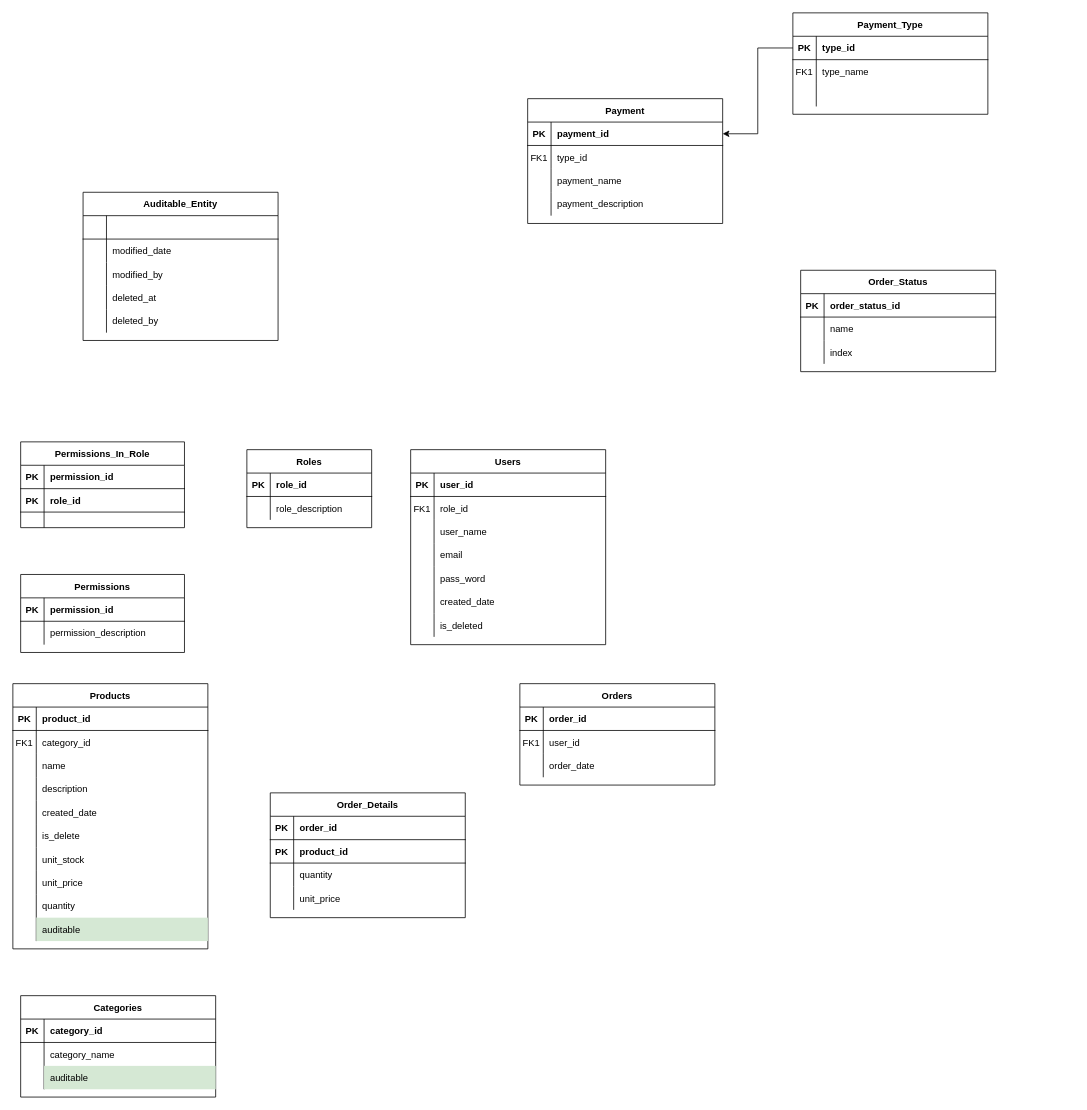
The draw.io diagram page "Page-1" (1 of 2) of Biểu đồ không có tiêu đề.drawio in AnthonyKhieu/BE_Capstone_SU22, before the edit. Source tidied: cells renumbered, new cells numbered last; positions are measured from the earlier drawing's top-left corner, leaving out a move shared by most shapes. Both pictures are drawn from the tidied source at 78%, with x=0, y=0 at pixel (12, 12).
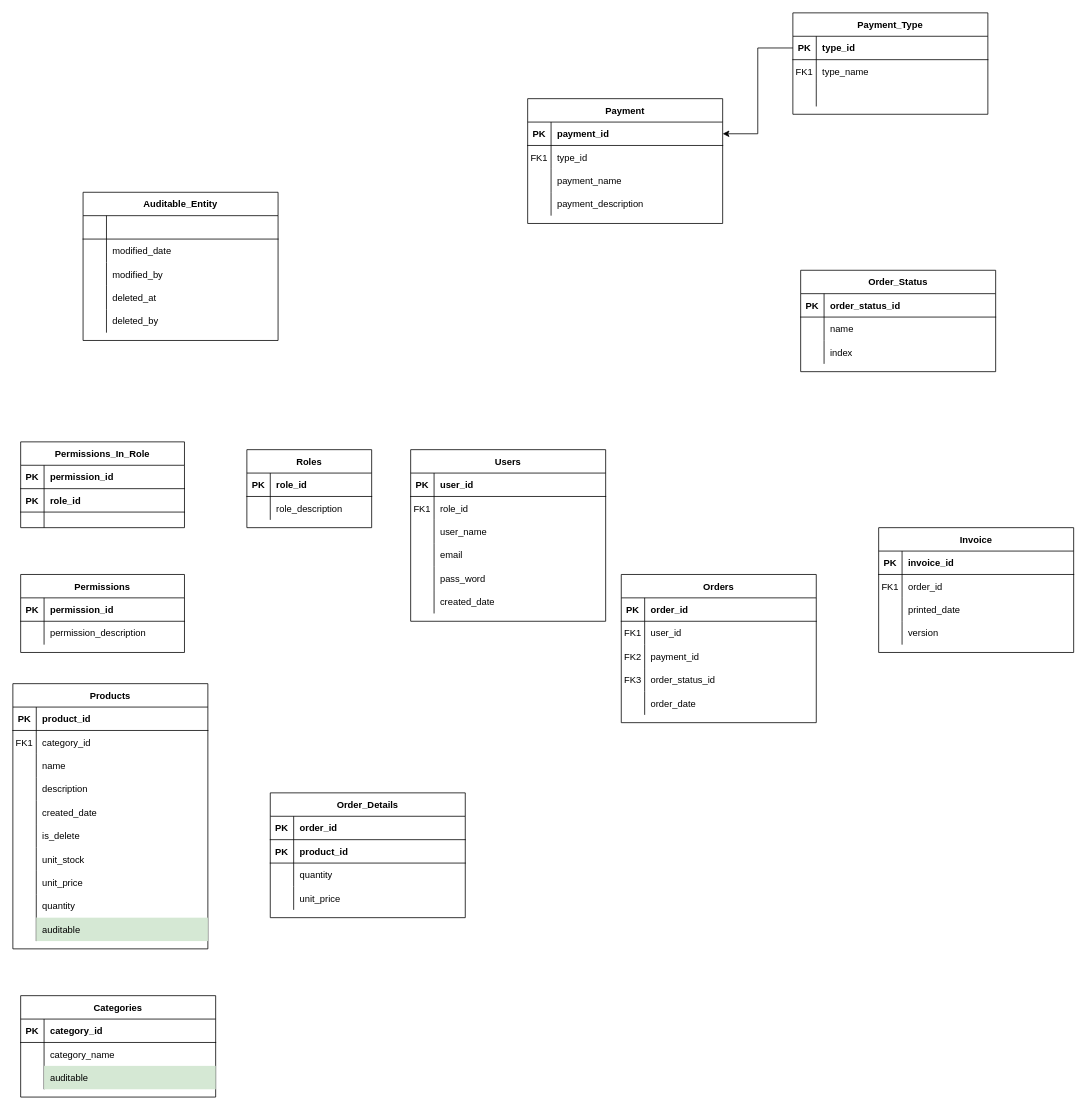
After the change.

The change refers to these unchanged cells:
```xml
<mxCell id="75" style="shape=partialRectangle;fillColor=none;top=0;left=0;right=0;bottom=0;" parent="68" vertex="1">
  <mxGeometry y="90" width="250" height="30" as="geometry" />
</mxCell>
```

The edit, as a diff of the source:
```diff
@@
     <mxCell id="46" value="Users" style="shape=table;startSize=30;childLayout=tableLayout;rowLines=0;fontStyle=1;align=center;" parent="1" vertex="1">
-      <mxGeometry x="510" y="560" width="250" height="250" as="geometry" />
+      <mxGeometry x="510" y="560" width="250" height="220" as="geometry" />
     </mxCell>
@@
-    <mxCell id="65" style="shape=partialRectangle;fillColor=none;top=0;left=0;right=0;bottom=0;" parent="46" vertex="1">
-      <mxGeometry y="210" width="250" height="30" as="geometry" />
-    </mxCell>
-    <mxCell id="66" style="shape=partialRectangle;overflow=hidden;fillColor=none;top=0;left=0;bottom=0;right=0;" parent="65" vertex="1">
-      <mxGeometry width="30" height="30" as="geometry" />
-    </mxCell>
-    <mxCell id="67" value="is_deleted" style="shape=partialRectangle;overflow=hidden;fillColor=none;top=0;left=0;bottom=0;right=0;align=left;spacingLeft=6;" parent="65" vertex="1">
-      <mxGeometry x="30" width="220" height="30" as="geometry" />
-    </mxCell>
     <mxCell id="68" value="Orders" style="shape=table;startSize=30;childLayout=tableLayout;rowLines=0;fontStyle=1;align=center;" parent="1" vertex="1">
-      <mxGeometry x="650" y="860" width="250" height="130" as="geometry" />
+      <mxGeometry x="780" y="720" width="250" height="190" as="geometry" />
     </mxCell>
@@
-    <mxCell id="76" style="shape=partialRectangle;overflow=hidden;fillColor=none;top=0;left=0;bottom=0;right=0;" parent="75" vertex="1">
+    <mxCell id="76" value="FK2" style="shape=partialRectangle;overflow=hidden;fillColor=none;top=0;left=0;bottom=0;right=0;" parent="75" vertex="1">
       <mxGeometry width="30" height="30" as="geometry" />
     </mxCell>
-    <mxCell id="77" value="order_date" style="shape=partialRectangle;overflow=hidden;fillColor=none;top=0;left=0;bottom=0;right=0;align=left;spacingLeft=6;" parent="75" vertex="1">
+    <mxCell id="77" value="payment_id" style="shape=partialRectangle;overflow=hidden;fillColor=none;top=0;left=0;bottom=0;right=0;align=left;spacingLeft=6;" parent="75" vertex="1">
       <mxGeometry x="30" width="220" height="30" as="geometry" />
     </mxCell>
+    <mxCell id="162" style="shape=partialRectangle;fillColor=none;top=0;left=0;right=0;bottom=0;" parent="68" vertex="1">
+      <mxGeometry y="120" width="250" height="30" as="geometry" />
+    </mxCell>
+    <mxCell id="163" value="FK3" style="shape=partialRectangle;overflow=hidden;fillColor=none;top=0;left=0;bottom=0;right=0;" parent="162" vertex="1">
+      <mxGeometry width="30" height="30" as="geometry" />
+    </mxCell>
+    <mxCell id="164" value="order_status_id" style="shape=partialRectangle;overflow=hidden;fillColor=none;top=0;left=0;bottom=0;right=0;align=left;spacingLeft=6;" parent="162" vertex="1">
+      <mxGeometry x="30" width="220" height="30" as="geometry" />
+    </mxCell>
+    <mxCell id="165" style="shape=partialRectangle;fillColor=none;top=0;left=0;right=0;bottom=0;" parent="68" vertex="1">
+      <mxGeometry y="150" width="250" height="30" as="geometry" />
+    </mxCell>
+    <mxCell id="166" style="shape=partialRectangle;overflow=hidden;fillColor=none;top=0;left=0;bottom=0;right=0;" parent="165" vertex="1">
+      <mxGeometry width="30" height="30" as="geometry" />
+    </mxCell>
+    <mxCell id="167" value="order_date" style="shape=partialRectangle;overflow=hidden;fillColor=none;top=0;left=0;bottom=0;right=0;align=left;spacingLeft=6;" parent="165" vertex="1">
+      <mxGeometry x="30" width="220" height="30" as="geometry" />
+    </mxCell>
@@
+    <mxCell id="168" value="Invoice" style="shape=table;startSize=30;childLayout=tableLayout;rowLines=0;fontStyle=1;align=center;" parent="1" vertex="1">
+      <mxGeometry x="1110" y="660" width="250" height="160" as="geometry" />
+    </mxCell>
+    <mxCell id="169" style="shape=partialRectangle;fillColor=none;top=0;left=0;right=0;bottom=1;" parent="168" vertex="1">
+      <mxGeometry y="30" width="250" height="30" as="geometry" />
+    </mxCell>
+    <mxCell id="170" value="PK" style="shape=partialRectangle;overflow=hidden;fillColor=none;top=0;left=0;bottom=0;right=0;fontStyle=1;" parent="169" vertex="1">
+      <mxGeometry width="30" height="30" as="geometry" />
+    </mxCell>
+    <mxCell id="171" value="invoice_id" style="shape=partialRectangle;overflow=hidden;fillColor=none;top=0;left=0;bottom=0;right=0;align=left;spacingLeft=6;fontStyle=1;" parent="169" vertex="1">
+      <mxGeometry x="30" width="220" height="30" as="geometry" />
+    </mxCell>
+    <mxCell id="172" style="shape=partialRectangle;fillColor=none;top=0;left=0;right=0;bottom=0;" parent="168" vertex="1">
+      <mxGeometry y="60" width="250" height="30" as="geometry" />
+    </mxCell>
+    <mxCell id="173" value="FK1" style="shape=partialRectangle;overflow=hidden;fillColor=none;top=0;left=0;bottom=0;right=0;" parent="172" vertex="1">
+      <mxGeometry width="30" height="30" as="geometry" />
+    </mxCell>
+    <mxCell id="174" value="order_id" style="shape=partialRectangle;overflow=hidden;fillColor=none;top=0;left=0;bottom=0;right=0;align=left;spacingLeft=6;" parent="172" vertex="1">
+      <mxGeometry x="30" width="220" height="30" as="geometry" />
+    </mxCell>
+    <mxCell id="175" style="shape=partialRectangle;fillColor=none;top=0;left=0;right=0;bottom=0;" parent="168" vertex="1">
+      <mxGeometry y="90" width="250" height="30" as="geometry" />
+    </mxCell>
+    <mxCell id="176" style="shape=partialRectangle;overflow=hidden;fillColor=none;top=0;left=0;bottom=0;right=0;" parent="175" vertex="1">
+      <mxGeometry width="30" height="30" as="geometry" />
+    </mxCell>
+    <mxCell id="177" value="printed_date" style="shape=partialRectangle;overflow=hidden;fillColor=none;top=0;left=0;bottom=0;right=0;align=left;spacingLeft=6;" parent="175" vertex="1">
+      <mxGeometry x="30" width="220" height="30" as="geometry" />
+    </mxCell>
+    <mxCell id="178" style="shape=partialRectangle;fillColor=none;top=0;left=0;right=0;bottom=0;" parent="168" vertex="1">
+      <mxGeometry y="120" width="250" height="30" as="geometry" />
+    </mxCell>
+    <mxCell id="179" style="shape=partialRectangle;overflow=hidden;fillColor=none;top=0;left=0;bottom=0;right=0;" parent="178" vertex="1">
+      <mxGeometry width="30" height="30" as="geometry" />
+    </mxCell>
+    <mxCell id="180" value="version" style="shape=partialRectangle;overflow=hidden;fillColor=none;top=0;left=0;bottom=0;right=0;align=left;spacingLeft=6;" parent="178" vertex="1">
+      <mxGeometry x="30" width="220" height="30" as="geometry" />
+    </mxCell>
```
